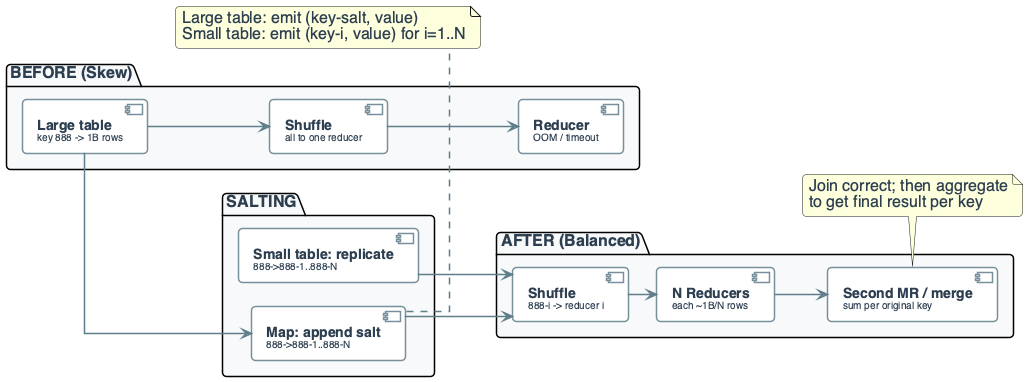
Above: diagrams/week03/week3_practice_slide18_skew_mitigation.png in OrPerets/data-engineering-course (PlantUML), before the change.
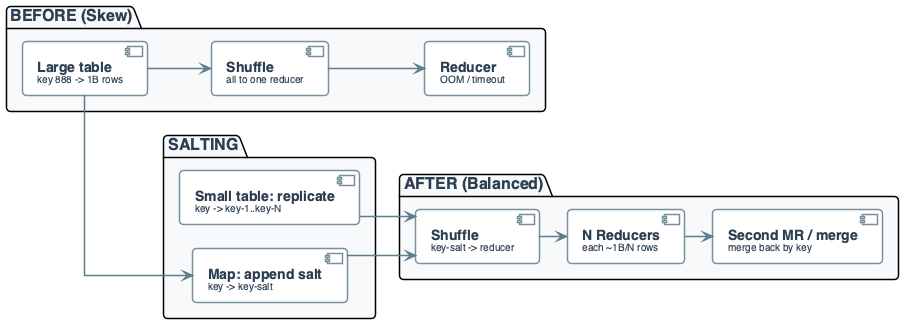
Above is the later version.

Diff of the diagram source:
```diff
@@ -125,14 +125,14 @@
 }
 
 package "SALTING" #F8F9FA {
-    component "**Map: append salt**\n<size:10>888->888-1..888-N</size>" as SALT
-    component "**Small table: replicate**\n<size:10>888->888-1..888-N</size>" as REPL
+    component "**Map: append salt**\n<size:10>key -> key-salt</size>" as SALT
+    component "**Small table: replicate**\n<size:10>key -> key-1..key-N</size>" as REPL
 }
 
 package "AFTER (Balanced)" #F8F9FA {
-    component "**Shuffle**\n<size:10>888-i -> reducer i</size>" as SHUFFLE2
+    component "**Shuffle**\n<size:10>key-salt -> reducer</size>" as SHUFFLE2
     component "**N Reducers**\n<size:10>each ~1B/N rows</size>" as REDUCE2
-    component "**Second MR / merge**\n<size:10>sum per original key</size>" as MERGE
+    component "**Second MR / merge**\n<size:10>merge back by key</size>" as MERGE
 }
 
 LARGE --> SHUFFLE1
@@ -144,14 +144,4 @@
 SHUFFLE2 --> REDUCE2
 REDUCE2 --> MERGE
 
-note bottom of SALT
-  Large table: emit (key-salt, value)
-  Small table: emit (key-i, value) for i=1..N
-end note
-
-note bottom of MERGE
-  Join correct; then aggregate
-  to get final result per key
-end note
-
 @enduml
```
